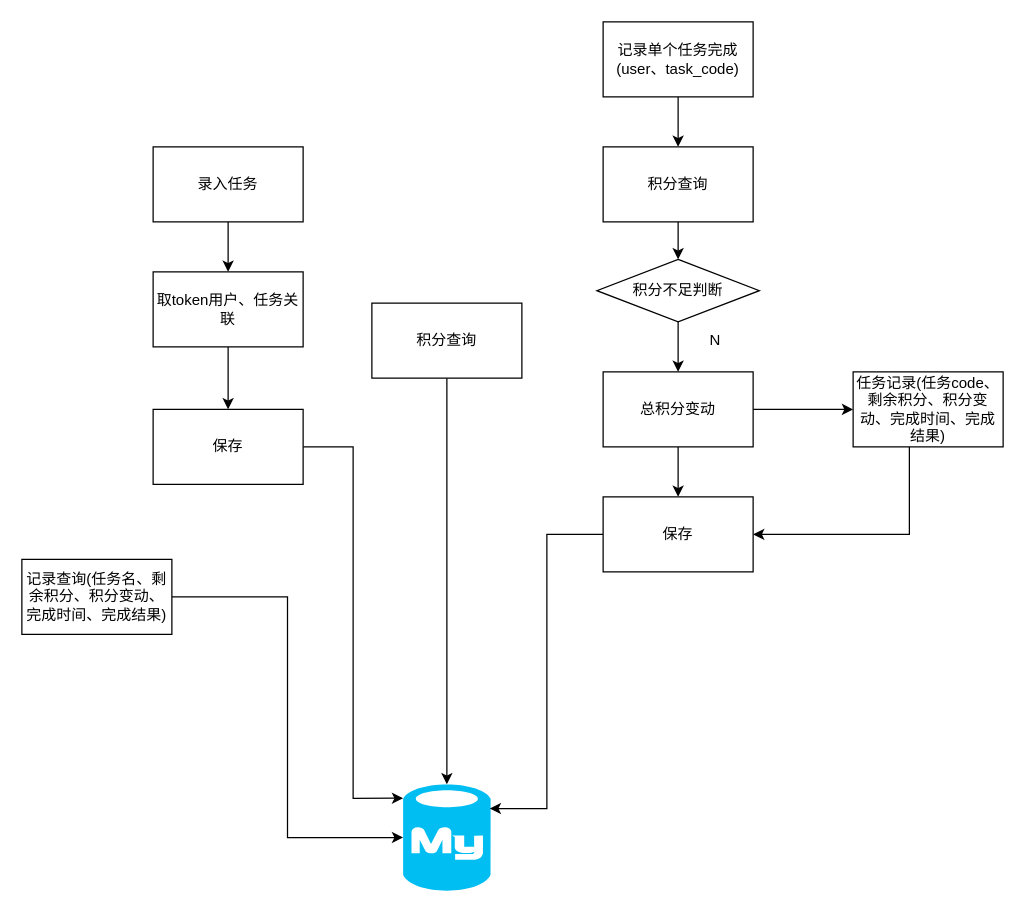
Above: src/main/resources/draw.drawio in wqyuu/momento (draw.io), before the change. Source tidied: cells renumbered, new cells numbered last; positions are measured from the earlier drawing's top-left corner, leaving out a move shared by most shapes. Both pictures are drawn from the tidied source at 125%, with x=0, y=0 at pixel (21, 21).
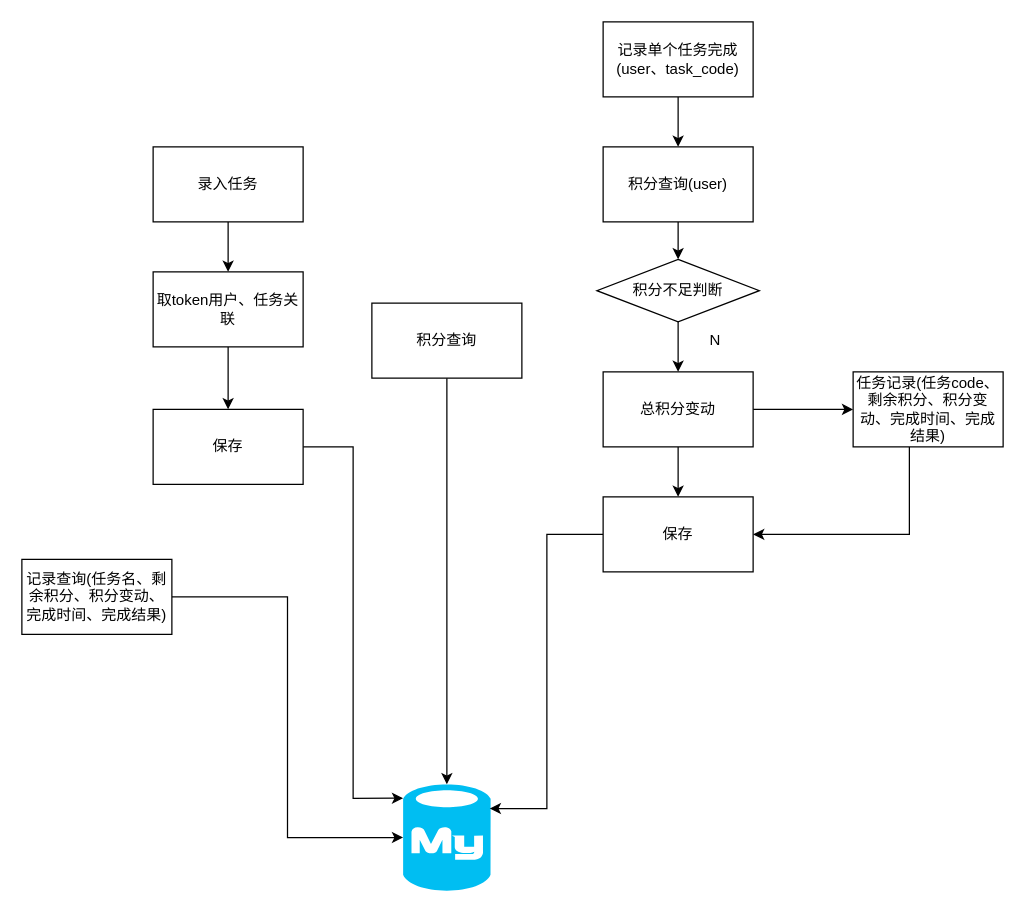
After the change.

What changed in the source:
```diff
@@
-    <mxCell id="17" value="积分查询" style="rounded=0;whiteSpace=wrap;html=1;" parent="1" vertex="1">
+    <mxCell id="17" value="积分查询(user)" style="rounded=0;whiteSpace=wrap;html=1;" parent="1" vertex="1">
       <mxGeometry x="465" y="100" width="120" height="60" as="geometry" />
     </mxCell>
```
